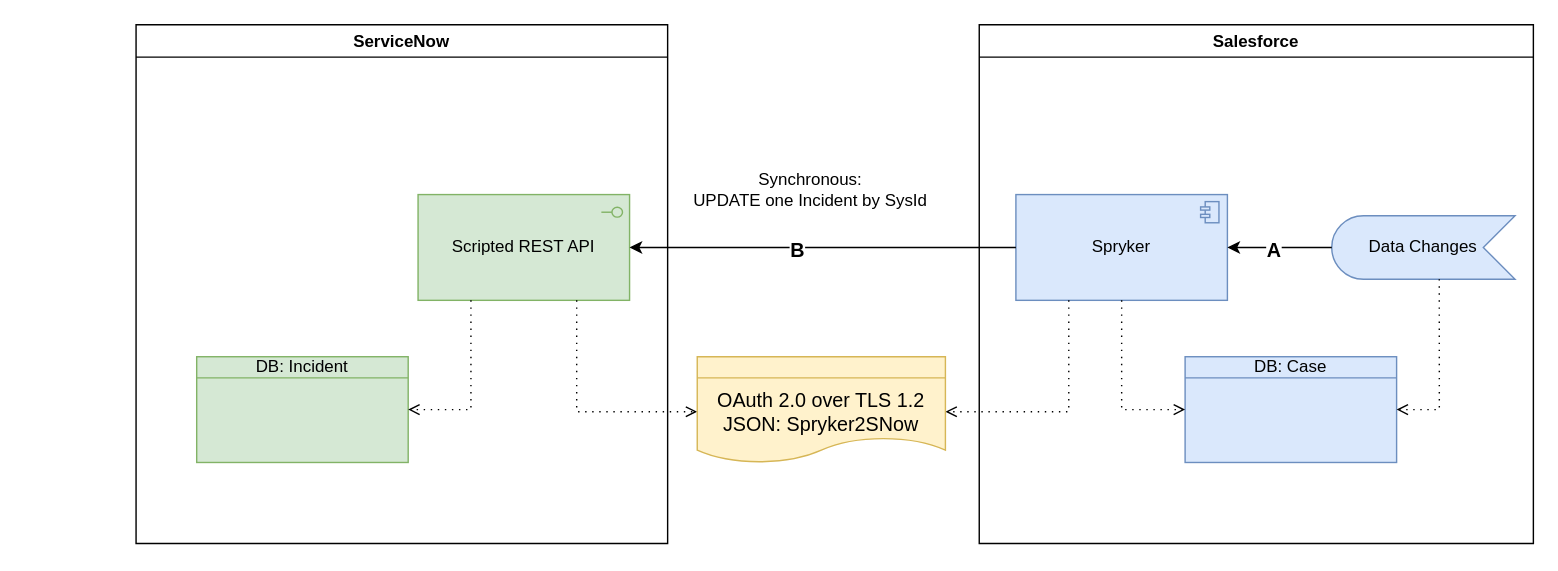
Above: page "Spryker2Snow" (3 of 5) of SNowSpryker.drawio in algimas/tmp (draw.io), before the change. Source tidied: cells renumbered, new cells numbered last; positions are measured from the earlier drawing's top-left corner, leaving out a move shared by most shapes. Both pictures are drawn from the tidied source at 141%, with x=0, y=0 at pixel (135, 24).
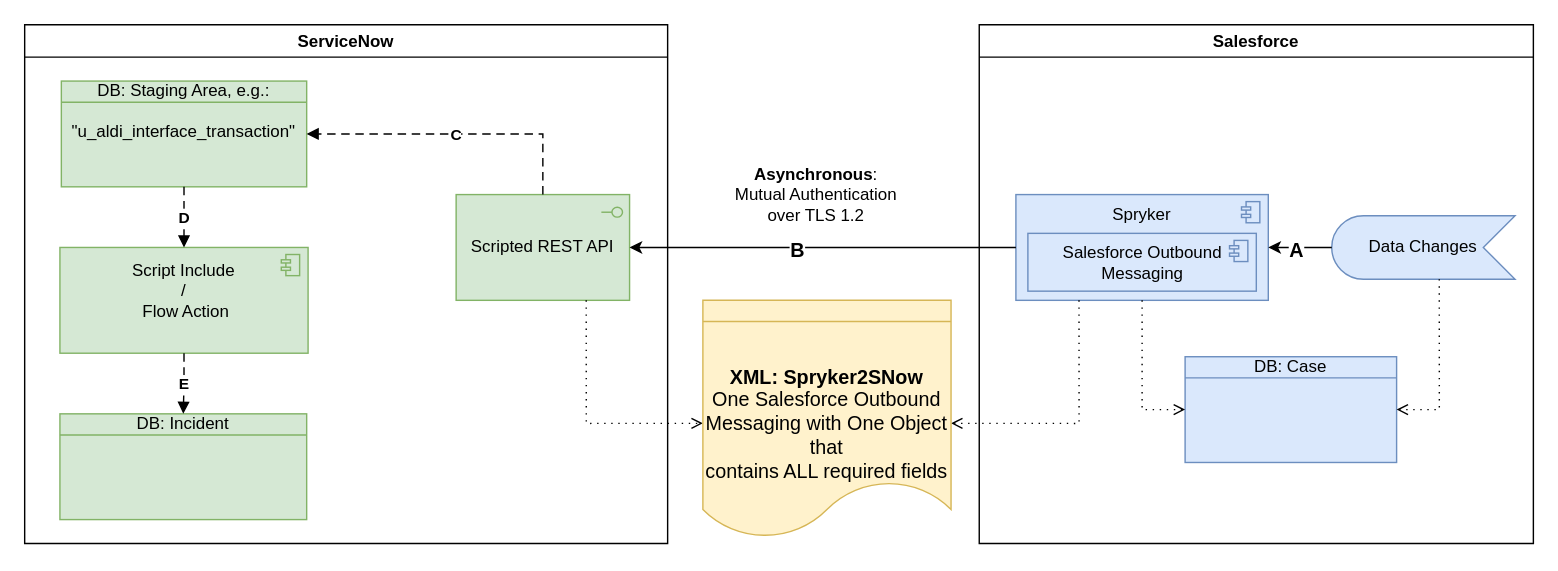
The same diagram, later.

What changed in the source:
```diff
@@
     <mxCell id="3" value="ServiceNow" style="swimlane;" parent="1" vertex="1">
-      <mxGeometry width="377" height="368" as="geometry" />
+      <mxGeometry x="-79" width="456" height="368" as="geometry" />
     </mxCell>
     <mxCell id="4" value="Scripted REST API" style="html=1;outlineConnect=0;whiteSpace=wrap;fillColor=#d5e8d4;shape=mxgraph.archimate3.application;appType=interface;archiType=square;strokeColor=#82b366;" parent="3" vertex="1">
-      <mxGeometry x="200" y="120.5" width="150" height="75" as="geometry" />
+      <mxGeometry x="306" y="120.5" width="123" height="75" as="geometry" />
     </mxCell>
     <mxCell id="5" value="DB: Incident" style="html=1;outlineConnect=0;whiteSpace=wrap;fillColor=#d5e8d4;shape=mxgraph.archimate3.businessObject;overflow=fill;strokeColor=#82b366;" parent="3" vertex="1">
-      <mxGeometry x="43" y="235.5" width="150" height="75" as="geometry" />
+      <mxGeometry x="25" y="276" width="175" height="75" as="geometry" />
     </mxCell>
-    <mxCell id="6" style="edgeStyle=orthogonalEdgeStyle;html=1;endArrow=open;elbow=vertical;endFill=0;dashed=1;dashPattern=1 4;rounded=0;fillColor=#00b9f2;entryX=1;entryY=0.5;entryDx=0;entryDy=0;entryPerimeter=0;exitX=0.25;exitY=1;exitDx=0;exitDy=0;exitPerimeter=0;" parent="3" edge="1" source="4" target="5">
-      <mxGeometry relative="1" as="geometry" />
-    </mxCell>
+    <mxCell id="20" value="&lt;div&gt;Script Include &lt;br&gt;&lt;/div&gt;&lt;div&gt;/&lt;/div&gt;&lt;div&gt;&amp;nbsp;Flow Action&lt;br&gt;&lt;/div&gt;&lt;div&gt;&lt;br&gt;&lt;/div&gt;" style="html=1;outlineConnect=0;whiteSpace=wrap;fillColor=#d5e8d4;shape=mxgraph.archimate3.application;appType=comp;archiType=square;strokeColor=#82b366;verticalAlign=middle;" parent="3" vertex="1">
+      <mxGeometry x="25" y="158" width="176" height="75" as="geometry" />
+    </mxCell>
+    <mxCell id="21" value="&lt;div&gt;DB: Staging Area, e.g.:&lt;/div&gt;&lt;div&gt;&lt;br&gt;&lt;/div&gt;&lt;div&gt;&quot;u_aldi_interface_transaction&quot;&lt;br&gt;&lt;/div&gt;" style="html=1;outlineConnect=0;whiteSpace=wrap;fillColor=#d5e8d4;shape=mxgraph.archimate3.businessObject;overflow=fill;strokeColor=#82b366;" parent="3" vertex="1">
+      <mxGeometry x="26" y="40" width="174" height="75" as="geometry" />
+    </mxCell>
+    <mxCell id="22" value="&lt;b&gt;C&lt;/b&gt;" style="edgeStyle=orthogonalEdgeStyle;html=1;endArrow=block;dashed=1;elbow=vertical;endFill=1;dashPattern=6 4;rounded=0;exitX=0.5;exitY=0;exitDx=0;exitDy=0;exitPerimeter=0;entryX=1;entryY=0.5;entryDx=0;entryDy=0;entryPerimeter=0;" parent="3" edge="1" source="4" target="21">
+      <mxGeometry relative="1" as="geometry" />
+    </mxCell>
+    <mxCell id="23" value="&lt;b&gt;D&lt;/b&gt;" style="edgeStyle=orthogonalEdgeStyle;html=1;endArrow=block;dashed=1;elbow=vertical;endFill=1;dashPattern=6 4;rounded=0;exitX=0.5;exitY=1;exitDx=0;exitDy=0;exitPerimeter=0;" parent="3" edge="1" source="21" target="20">
+      <mxGeometry relative="1" as="geometry" />
+    </mxCell>
+    <mxCell id="24" value="&lt;b&gt;E&lt;/b&gt;" style="edgeStyle=orthogonalEdgeStyle;html=1;endArrow=block;dashed=1;elbow=vertical;endFill=1;dashPattern=6 4;rounded=0;exitX=0.5;exitY=1;exitDx=0;exitDy=0;exitPerimeter=0;" parent="3" edge="1" source="20" target="5">
+      <mxGeometry relative="1" as="geometry" />
+    </mxCell>
@@
-    <mxCell id="9" value="Spryker" style="html=1;outlineConnect=0;whiteSpace=wrap;fillColor=#dae8fc;shape=mxgraph.archimate3.application;appType=comp;archiType=square;strokeColor=#6c8ebf;" parent="1" vertex="1">
-      <mxGeometry x="624" y="120.5" width="150" height="75" as="geometry" />
+    <mxCell id="9" value="Spryker" style="html=1;outlineConnect=0;whiteSpace=wrap;fillColor=#dae8fc;shape=mxgraph.archimate3.application;appType=comp;archiType=square;strokeColor=#6c8ebf;verticalAlign=top;" parent="1" vertex="1">
+      <mxGeometry x="624" y="120.5" width="179" height="75" as="geometry" />
     </mxCell>
@@
-    <mxCell id="18" value="OAuth 2.0 over TLS 1.2&lt;div&gt;JSON: Spryker2SNow&lt;/div&gt;" style="html=1;outlineConnect=0;whiteSpace=wrap;fillColor=#fff2cc;shape=mxgraph.archimate3.representation;fontSize=14;align=center;strokeColor=#d6b656;" parent="1" vertex="1">
-      <mxGeometry x="398" y="235.5" width="176" height="78" as="geometry" />
+    <mxCell id="18" value="&lt;div&gt;&lt;b&gt;XML: Spryker2SNow&lt;/b&gt;&lt;/div&gt;&lt;div&gt;One Salesforce Outbound Messaging with One Object that &lt;br&gt;&lt;/div&gt;&lt;div&gt;contains ALL required fields&lt;br&gt;&lt;/div&gt;" style="html=1;outlineConnect=0;whiteSpace=wrap;fillColor=#fff2cc;shape=mxgraph.archimate3.representation;fontSize=14;align=center;strokeColor=#d6b656;" parent="1" vertex="1">
+      <mxGeometry x="402" y="195.5" width="176" height="174.5" as="geometry" />
     </mxCell>
-    <mxCell id="19" value="&lt;div&gt;Synchronous: &lt;br&gt;&lt;/div&gt;&lt;div&gt;UPDATE one Incident by SysId&lt;/div&gt;" style="text;html=1;align=center;verticalAlign=middle;strokeColor=none;fillColor=none;" parent="1" vertex="1">
-      <mxGeometry x="390" y="101" width="176" height="32" as="geometry" />
+    <mxCell id="19" value="&lt;div&gt;&lt;b&gt;Asynchronous&lt;/b&gt;: &lt;br&gt;&lt;/div&gt;&lt;div&gt;&lt;span class=&quot;ng-scope&quot;&gt;&lt;span class=&quot;ng-scope&quot;&gt;Mutual Authentication&lt;/span&gt;&lt;/span&gt; &lt;br&gt;&lt;/div&gt;&lt;div&gt;over TLS 1.2&lt;/div&gt;" style="text;html=1;align=center;verticalAlign=middle;strokeColor=none;fillColor=none;" parent="1" vertex="1">
+      <mxGeometry x="419" y="98" width="125" height="46" as="geometry" />
     </mxCell>
+    <mxCell id="25" value="Salesforce Outbound Messaging" style="html=1;whiteSpace=wrap;fillColor=#dae8fc;shape=mxgraph.archimate3.application;appType=comp;archiType=square;strokeColor=#6c8ebf;verticalAlign=middle;" parent="1" vertex="1">
+      <mxGeometry x="632.5" y="148" width="162" height="41" as="geometry" />
+    </mxCell>
```
